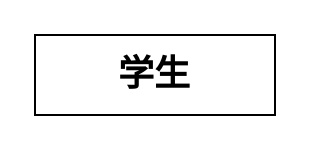
This is CS/SoftwareEngineering/Diagrams.drawio from umiskky/Diagrams, a draw.io file, before an edit. Source tidied: cells renumbered, new cells numbered last; positions are measured from the earlier drawing's top-left corner, leaving out a move shared by most shapes. Both pictures are drawn from the tidied source at 200%, with x=0, y=0 at pixel (34, 34).
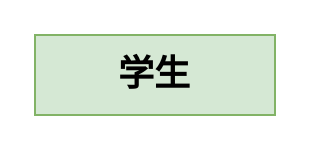
Above is the later version.

What changed in the source:
```diff
@@
 <mxGraphModel>
   <root>
     <mxCell id="0" />
     <mxCell id="1" parent="0" />
-    <mxCell id="2" value="&lt;font style=&quot;font-size: 18px&quot; face=&quot;Comic Sans MS&quot;&gt;&lt;b&gt;学生&lt;/b&gt;&lt;/font&gt;" style="rounded=0;whiteSpace=wrap;html=1;" parent="1" vertex="1">
+    <mxCell id="2" value="&lt;font style=&quot;font-size: 18px&quot; face=&quot;Comic Sans MS&quot;&gt;&lt;b&gt;学生&lt;/b&gt;&lt;/font&gt;" style="rounded=0;whiteSpace=wrap;html=1;fillColor=#d5e8d4;strokeColor=#82b366;" parent="1" vertex="1">
       <mxGeometry width="120" height="40" as="geometry" />
     </mxCell>
   </root>
 </mxGraphModel>
```
